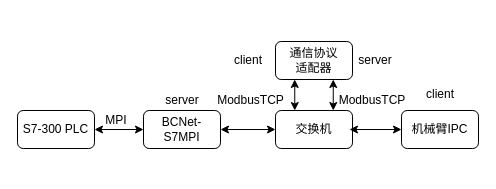
This is Untitled Diagram.drawio from kanghealth1995/leetcode, a draw.io file, before an edit. Source tidied: cells renumbered, new cells numbered last; positions are measured from the earlier drawing's top-left corner, leaving out a move shared by most shapes. Both pictures are drawn from the tidied source at 100%, with x=0, y=0 at pixel (17, 41).
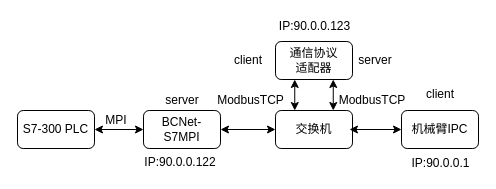
The same diagram, later.

The edit, as a diff of the source:
```diff
@@
+    <mxCell id="19" value="IP:90.0.0.122" style="text;html=1;strokeColor=none;fillColor=none;align=center;verticalAlign=middle;whiteSpace=wrap;rounded=0;" parent="1" vertex="1">
+      <mxGeometry x="143" y="111" width="40" height="20" as="geometry" />
+    </mxCell>
+    <mxCell id="20" value="IP:90.0.0.123" style="text;html=1;align=center;verticalAlign=middle;" parent="1" vertex="1">
+      <mxGeometry x="256.5" y="-24" width="81" height="18" as="geometry" />
+    </mxCell>
+    <mxCell id="21" value="IP:90.0.0.1" style="text;html=1;align=center;verticalAlign=middle;" parent="1" vertex="1">
+      <mxGeometry x="389" y="113" width="68" height="18" as="geometry" />
+    </mxCell>
```
